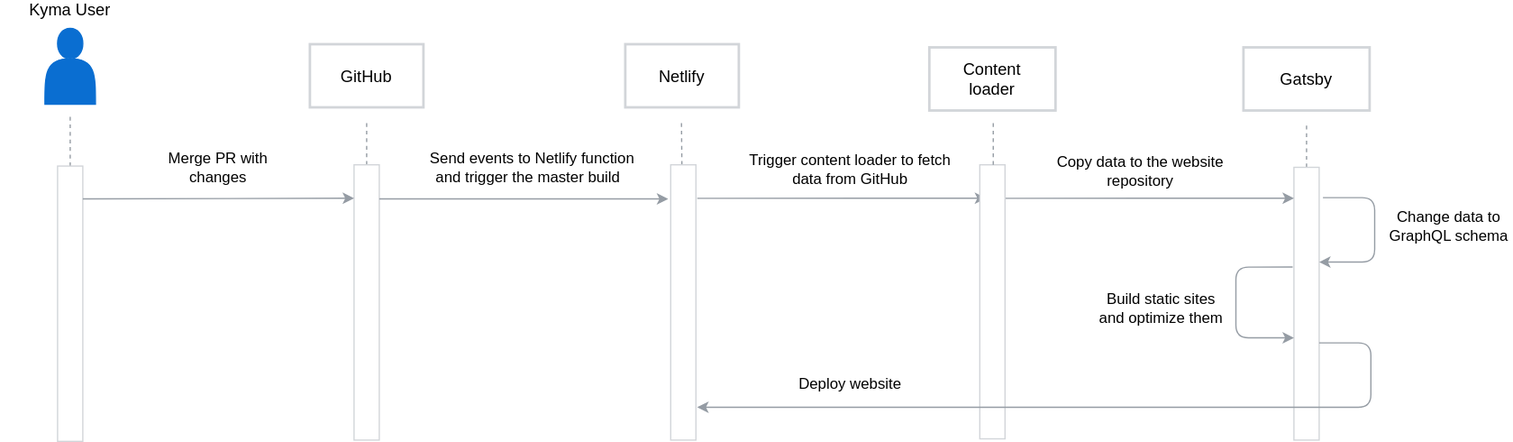
Earlier version of the draw.io export content/blog-posts/2020-05-19-kyma-website/building-process.svg (kyma-project/website). Source tidied: cells renumbered, new cells last; positions are measured from the earlier drawing's top-left corner, leaving out a move shared by most shapes.
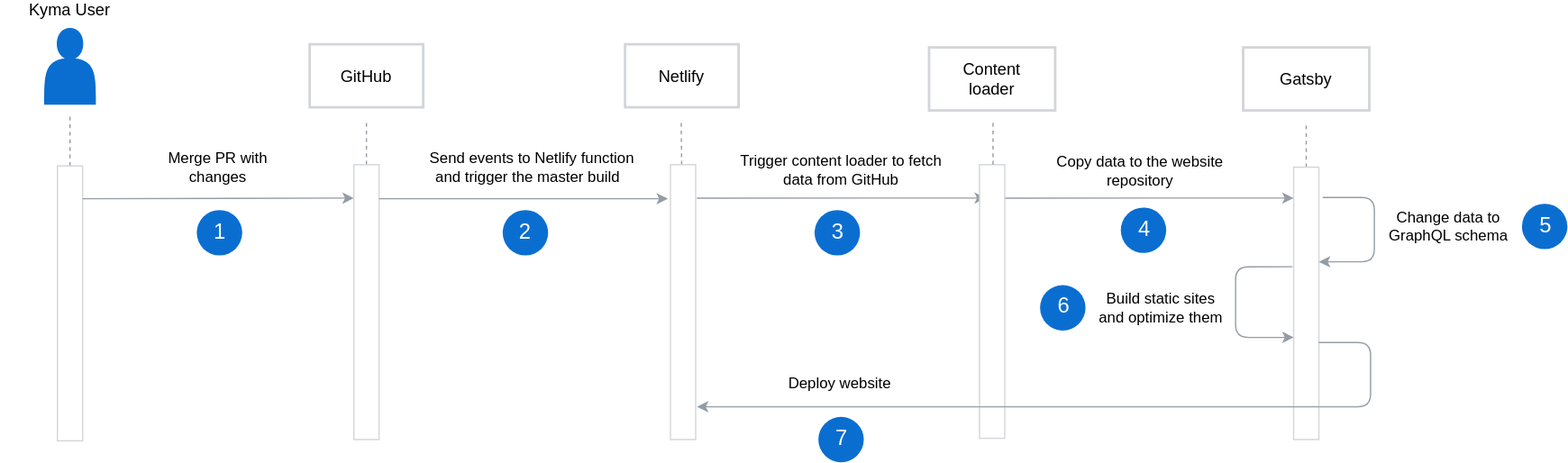
After the commit.

Commit message:
Add post-review fixes to the post

The edit, as a diff of the source:
```diff
@@ -72,7 +72,7 @@
       <mxGeometry x="338.2" y="118" width="166.5" height="20" as="geometry" />
     </mxCell>
     <mxCell id="19" value="Deploy website" style="text;html=1;strokeColor=none;fillColor=none;align=center;verticalAlign=middle;whiteSpace=wrap;rounded=0;" parent="1" vertex="1">
-      <mxGeometry x="616.8" y="290" width="113" height="20" as="geometry" />
+      <mxGeometry x="608.8" y="290" width="113" height="20" as="geometry" />
     </mxCell>
     <mxCell id="20" style="endArrow=none;dashed=1;html=1;strokeColor=#959CA4;" parent="1" edge="1" source="23">
       <mxGeometry relative="1" as="geometry">
@@ -101,7 +101,7 @@
       </mxGeometry>
     </mxCell>
     <mxCell id="26" value="Trigger content loader to fetch data from GitHub" style="text;html=1;strokeColor=none;fillColor=none;align=center;verticalAlign=middle;whiteSpace=wrap;rounded=0;" parent="1" vertex="1">
-      <mxGeometry x="590" y="120" width="166.5" height="20" as="geometry" />
+      <mxGeometry x="583" y="120" width="166.5" height="20" as="geometry" />
     </mxCell>
     <mxCell id="27" style="edgeStyle=orthogonalEdgeStyle;rounded=1;orthogonalLoop=1;jettySize=auto;html=1;strokeColor=#959CA4;entryX=0.151;entryY=1.049;entryDx=0;entryDy=0;entryPerimeter=0;" parent="1" edge="1">
       <mxGeometry relative="1" as="geometry">
@@ -160,5 +160,47 @@
         </Array>
       </mxGeometry>
     </mxCell>
+    <mxCell id="36" style="ellipse;whiteSpace=wrap;html=1;labelBackgroundColor=none;strokeColor=none;strokeWidth=1;fillColor=#0A6ED1;gradientColor=none;fontFamily=Helvetica;fontSize=15;fontColor=#000000;" parent="1" vertex="1">
+      <mxGeometry x="155.5" y="162" width="36" height="36" as="geometry" />
+    </mxCell>
+    <mxCell id="37" value="&lt;font style=&quot;font-size: 17px&quot; color=&quot;#ffffff&quot;&gt;1&lt;/font&gt;" style="text;html=1;strokeColor=none;fillColor=none;align=center;verticalAlign=middle;whiteSpace=wrap;rounded=0;labelBackgroundColor=none;fontFamily=Helvetica;fontSize=15;fontColor=#000000;" parent="1" vertex="1">
+      <mxGeometry x="165.5" y="173.5" width="16" height="13" as="geometry" />
+    </mxCell>
+    <mxCell id="38" style="ellipse;whiteSpace=wrap;html=1;labelBackgroundColor=none;strokeColor=none;strokeWidth=1;fillColor=#0A6ED1;gradientColor=none;fontFamily=Helvetica;fontSize=15;fontColor=#000000;" parent="1" vertex="1">
+      <mxGeometry x="398" y="162" width="36" height="36" as="geometry" />
+    </mxCell>
+    <mxCell id="39" value="&lt;font style=&quot;font-size: 17px&quot; color=&quot;#ffffff&quot;&gt;2&lt;/font&gt;" style="text;html=1;strokeColor=none;fillColor=none;align=center;verticalAlign=middle;whiteSpace=wrap;rounded=0;labelBackgroundColor=none;fontFamily=Helvetica;fontSize=15;fontColor=#000000;" parent="1" vertex="1">
+      <mxGeometry x="408" y="173.5" width="16" height="13" as="geometry" />
+    </mxCell>
+    <mxCell id="40" style="ellipse;whiteSpace=wrap;html=1;labelBackgroundColor=none;strokeColor=none;strokeWidth=1;fillColor=#0A6ED1;gradientColor=none;fontFamily=Helvetica;fontSize=15;fontColor=#000000;" parent="1" vertex="1">
+      <mxGeometry x="645.2" y="162" width="36" height="36" as="geometry" />
+    </mxCell>
+    <mxCell id="41" value="&lt;font style=&quot;font-size: 17px&quot; color=&quot;#ffffff&quot;&gt;3&lt;/font&gt;" style="text;html=1;strokeColor=none;fillColor=none;align=center;verticalAlign=middle;whiteSpace=wrap;rounded=0;labelBackgroundColor=none;fontFamily=Helvetica;fontSize=15;fontColor=#000000;" parent="1" vertex="1">
+      <mxGeometry x="656.2" y="173.5" width="16" height="13" as="geometry" />
+    </mxCell>
+    <mxCell id="42" style="ellipse;whiteSpace=wrap;html=1;labelBackgroundColor=none;strokeColor=none;strokeWidth=1;fillColor=#0A6ED1;gradientColor=none;fontFamily=Helvetica;fontSize=15;fontColor=#000000;" parent="1" vertex="1">
+      <mxGeometry x="888" y="160" width="36" height="36" as="geometry" />
+    </mxCell>
+    <mxCell id="43" value="&lt;font style=&quot;font-size: 17px&quot; color=&quot;#ffffff&quot;&gt;4&lt;/font&gt;" style="text;html=1;strokeColor=none;fillColor=none;align=center;verticalAlign=middle;whiteSpace=wrap;rounded=0;labelBackgroundColor=none;fontFamily=Helvetica;fontSize=15;fontColor=#000000;" parent="1" vertex="1">
+      <mxGeometry x="899" y="171.5" width="16" height="13" as="geometry" />
+    </mxCell>
+    <mxCell id="44" style="ellipse;whiteSpace=wrap;html=1;labelBackgroundColor=none;strokeColor=none;strokeWidth=1;fillColor=#0A6ED1;gradientColor=none;fontFamily=Helvetica;fontSize=15;fontColor=#000000;" parent="1" vertex="1">
+      <mxGeometry x="1206" y="157" width="36" height="36" as="geometry" />
+    </mxCell>
+    <mxCell id="45" value="&lt;font style=&quot;font-size: 17px&quot; color=&quot;#ffffff&quot;&gt;5&lt;/font&gt;" style="text;html=1;strokeColor=none;fillColor=none;align=center;verticalAlign=middle;whiteSpace=wrap;rounded=0;labelBackgroundColor=none;fontFamily=Helvetica;fontSize=15;fontColor=#000000;" parent="1" vertex="1">
+      <mxGeometry x="1217" y="168.5" width="16" height="13" as="geometry" />
+    </mxCell>
+    <mxCell id="46" style="ellipse;whiteSpace=wrap;html=1;labelBackgroundColor=none;strokeColor=none;strokeWidth=1;fillColor=#0A6ED1;gradientColor=none;fontFamily=Helvetica;fontSize=15;fontColor=#000000;" parent="1" vertex="1">
+      <mxGeometry x="824" y="221.5" width="36" height="36" as="geometry" />
+    </mxCell>
+    <mxCell id="47" value="&lt;font style=&quot;font-size: 17px&quot; color=&quot;#ffffff&quot;&gt;6&lt;/font&gt;" style="text;html=1;strokeColor=none;fillColor=none;align=center;verticalAlign=middle;whiteSpace=wrap;rounded=0;labelBackgroundColor=none;fontFamily=Helvetica;fontSize=15;fontColor=#000000;" parent="1" vertex="1">
+      <mxGeometry x="835" y="233" width="16" height="13" as="geometry" />
+    </mxCell>
+    <mxCell id="48" style="ellipse;whiteSpace=wrap;html=1;labelBackgroundColor=none;strokeColor=none;strokeWidth=1;fillColor=#0A6ED1;gradientColor=none;fontFamily=Helvetica;fontSize=15;fontColor=#000000;" parent="1" vertex="1">
+      <mxGeometry x="648.2" y="326" width="36" height="36" as="geometry" />
+    </mxCell>
+    <mxCell id="49" value="&lt;font style=&quot;font-size: 17px&quot; color=&quot;#ffffff&quot;&gt;7&lt;/font&gt;" style="text;html=1;strokeColor=none;fillColor=none;align=center;verticalAlign=middle;whiteSpace=wrap;rounded=0;labelBackgroundColor=none;fontFamily=Helvetica;fontSize=15;fontColor=#000000;" parent="1" vertex="1">
+      <mxGeometry x="659.2" y="337.5" width="16" height="13" as="geometry" />
+    </mxCell>
   </root>
 </mxGraphModel>
```
